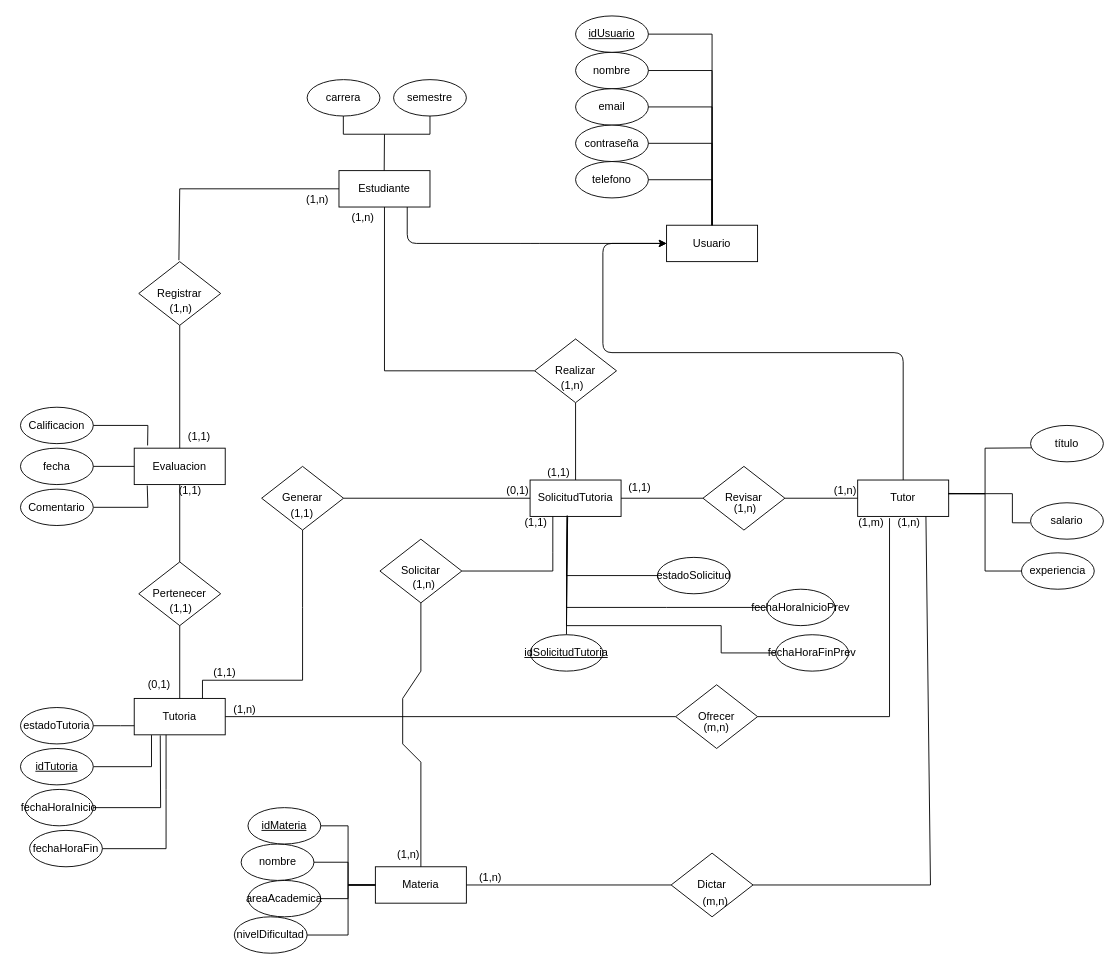
This is Diagramas/mer.drawio from migueCOLORADO/TutoriasAcademicasBD, a draw.io file, before an edit. Source tidied: cells renumbered, new cells numbered last; positions are measured from the earlier drawing's top-left corner, leaving out a move shared by most shapes. Both pictures are drawn from the tidied source at 91%, with x=0, y=0 at pixel (20, 15).
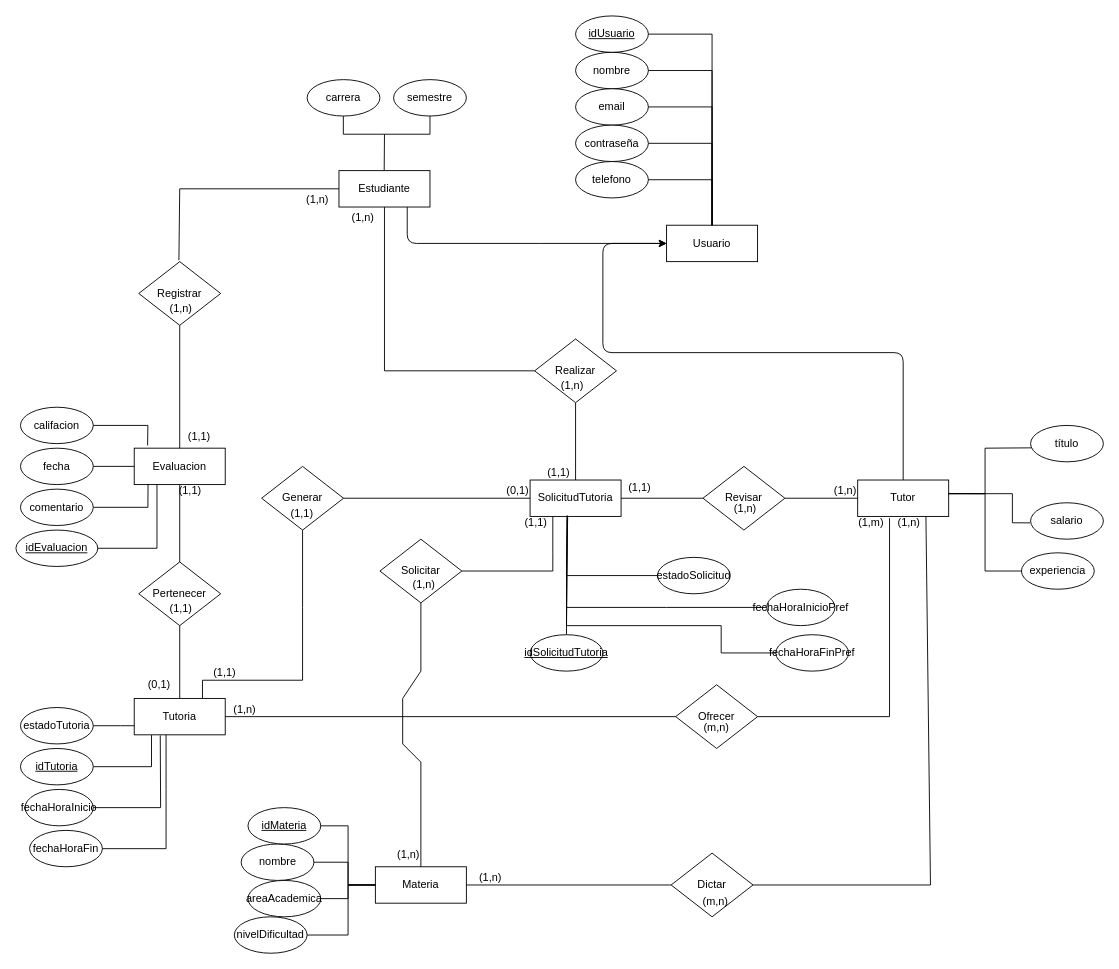
The same diagram, later.

Commit message:
V4.4 | Mod diagrama

Unchanged cells that the change refers to:
```xml
<mxCell id="35" value="Evaluacion" style="whiteSpace=wrap;html=1;align=center;" parent="1" vertex="1">
  <mxGeometry x="125" y="475" width="100" height="40" as="geometry" />
</mxCell>
```

What changed in the source:
```diff
@@
-    <mxCell id="33" value="Calificacion" style="ellipse;whiteSpace=wrap;html=1;align=center;" parent="1" vertex="1">
+    <mxCell id="33" value="califacion" style="ellipse;whiteSpace=wrap;html=1;align=center;" parent="1" vertex="1">
       <mxGeometry y="430" width="80" height="40" as="geometry" />
     </mxCell>
@@
-    <mxCell id="37" style="endArrow=none;html=1;rounded=0;entryX=1;entryY=0.5;entryDx=0;entryDy=0;exitX=0.143;exitY=1.025;exitDx=0;exitDy=0;exitPerimeter=0;" parent="1" edge="1" source="35">
+    <mxCell id="37" style="endArrow=none;html=1;rounded=0;entryX=1;entryY=0.5;entryDx=0;entryDy=0;exitX=0.152;exitY=0.986;exitDx=0;exitDy=0;exitPerimeter=0;" parent="1" edge="1" source="35">
       <mxGeometry relative="1" as="geometry">
         <mxPoint x="80" y="540" as="targetPoint" />
         <Array as="points">
           <mxPoint x="140" y="540" />
         </Array>
       </mxGeometry>
     </mxCell>
-    <mxCell id="38" value="Comentario" style="ellipse;whiteSpace=wrap;html=1;align=center;" parent="1" vertex="1">
+    <mxCell id="38" value="comentario" style="ellipse;whiteSpace=wrap;html=1;align=center;" parent="1" vertex="1">
       <mxGeometry y="520" width="80" height="40" as="geometry" />
     </mxCell>
@@
-    <mxCell id="84" value="fechaHoraInicioPrev" style="ellipse;whiteSpace=wrap;html=1;align=center;" parent="1" vertex="1">
+    <mxCell id="84" value="fechaHoraInicioPref" style="ellipse;whiteSpace=wrap;html=1;align=center;" parent="1" vertex="1">
       <mxGeometry x="820" y="630" width="75" height="40" as="geometry" />
     </mxCell>
-    <mxCell id="85" value="fechaHoraFinPrev" style="ellipse;whiteSpace=wrap;html=1;align=center;" parent="1" vertex="1">
+    <mxCell id="85" value="fechaHoraFinPref" style="ellipse;whiteSpace=wrap;html=1;align=center;" parent="1" vertex="1">
       <mxGeometry x="830" y="680" width="80" height="40" as="geometry" />
     </mxCell>
@@
+    <mxCell id="114" value="idEvaluacion" style="ellipse;whiteSpace=wrap;html=1;align=center;fontStyle=4;" parent="1" vertex="1">
+      <mxGeometry x="-5" y="565" width="90" height="40" as="geometry" />
+    </mxCell>
+    <mxCell id="115" style="endArrow=none;html=1;rounded=0;exitX=0.25;exitY=1;exitDx=0;exitDy=0;" parent="1" edge="1" source="35" target="114">
+      <mxGeometry relative="1" as="geometry">
+        <Array as="points">
+          <mxPoint x="150" y="585" />
+        </Array>
+      </mxGeometry>
+    </mxCell>
```
